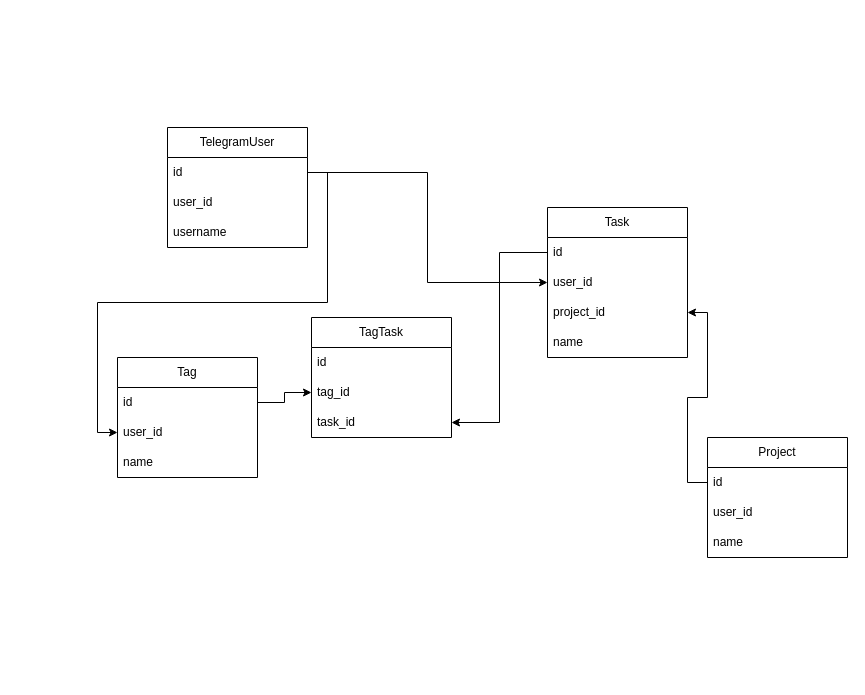
Ada-lave/test-aiogram keeps this draw.io diagram as Схема базы.drawio. Above is the earlier version. Source tidied: cells renumbered, new cells numbered last; positions are measured from the earlier drawing's top-left corner, leaving out a move shared by most shapes. Both pictures are drawn from the tidied source at 100%, with x=0, y=0 at pixel (117, 127).
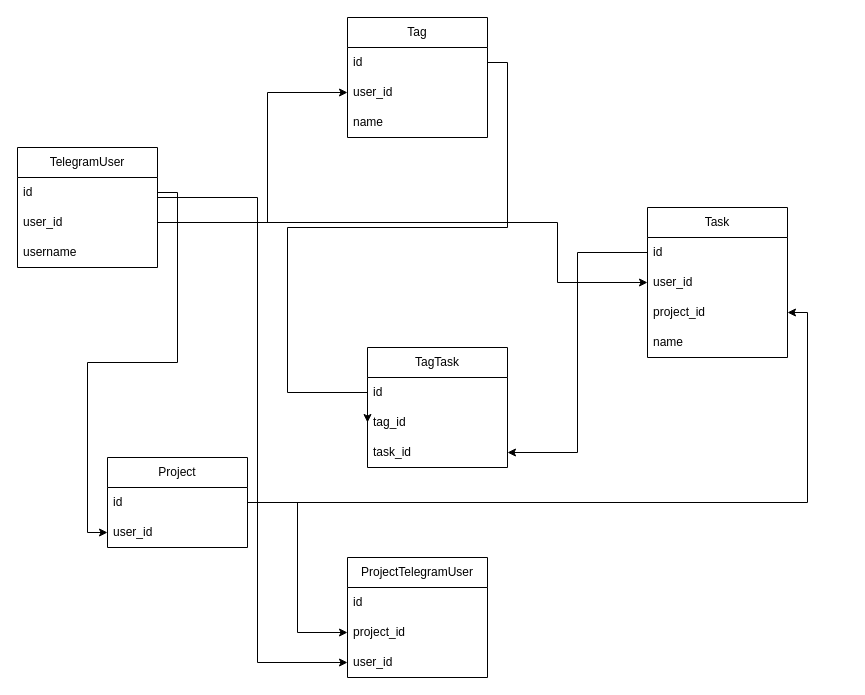
Above is the later version.

Unchanged cells that the change refers to:
```xml
<mxCell id="3" value="id" style="text;strokeColor=none;fillColor=none;align=left;verticalAlign=middle;spacingLeft=4;spacingRight=4;overflow=hidden;points=[[0,0.5],[1,0.5]];portConstraint=eastwest;whiteSpace=wrap;html=1;" parent="2" vertex="1">
  <mxGeometry y="30" width="140" height="30" as="geometry" />
</mxCell>
<mxCell id="8" value="user_id" style="text;strokeColor=none;fillColor=none;align=left;verticalAlign=middle;spacingLeft=4;spacingRight=4;overflow=hidden;points=[[0,0.5],[1,0.5]];portConstraint=eastwest;whiteSpace=wrap;html=1;" parent="6" vertex="1">
  <mxGeometry y="60" width="140" height="30" as="geometry" />
</mxCell>
<mxCell id="9" value="project_id" style="text;strokeColor=none;fillColor=none;align=left;verticalAlign=middle;spacingLeft=4;spacingRight=4;overflow=hidden;points=[[0,0.5],[1,0.5]];portConstraint=eastwest;whiteSpace=wrap;html=1;" parent="6" vertex="1">
  <mxGeometry y="90" width="140" height="30" as="geometry" />
</mxCell>
<mxCell id="12" value="id" style="text;strokeColor=none;fillColor=none;align=left;verticalAlign=middle;spacingLeft=4;spacingRight=4;overflow=hidden;points=[[0,0.5],[1,0.5]];portConstraint=eastwest;whiteSpace=wrap;html=1;" parent="11" vertex="1">
  <mxGeometry y="30" width="140" height="30" as="geometry" />
</mxCell>
<mxCell id="13" value="user_id" style="text;strokeColor=none;fillColor=none;align=left;verticalAlign=middle;spacingLeft=4;spacingRight=4;overflow=hidden;points=[[0,0.5],[1,0.5]];portConstraint=eastwest;whiteSpace=wrap;html=1;" parent="11" vertex="1">
  <mxGeometry y="60" width="140" height="30" as="geometry" />
</mxCell>
<mxCell id="21" value="tag_id" style="text;strokeColor=none;fillColor=none;align=left;verticalAlign=middle;spacingLeft=4;spacingRight=4;overflow=hidden;points=[[0,0.5],[1,0.5]];portConstraint=eastwest;whiteSpace=wrap;html=1;" parent="19" vertex="1">
  <mxGeometry y="60" width="140" height="30" as="geometry" />
</mxCell>
```

Diff of the diagram source:
```diff
@@
     <mxCell id="2" value="TelegramUser" style="swimlane;fontStyle=0;horizontal=1;startSize=30;whiteSpace=wrap;html=1;" parent="1" vertex="1">
-      <mxGeometry x="50" width="140" height="120" as="geometry" />
+      <mxGeometry x="-100" y="20" width="140" height="120" as="geometry" />
     </mxCell>
@@
     <mxCell id="6" value="Task" style="swimlane;fontStyle=0;horizontal=1;startSize=30;whiteSpace=wrap;html=1;" parent="1" vertex="1">
-      <mxGeometry x="430" y="80" width="140" height="150" as="geometry" />
+      <mxGeometry x="530" y="80" width="140" height="150" as="geometry" />
     </mxCell>
@@
     <mxCell id="11" value="Tag" style="swimlane;fontStyle=0;horizontal=1;startSize=30;whiteSpace=wrap;html=1;" parent="1" vertex="1">
-      <mxGeometry y="230" width="140" height="120" as="geometry" />
+      <mxGeometry x="230" y="-110" width="140" height="120" as="geometry" />
     </mxCell>
@@
-    <mxCell id="15" value="Project" style="swimlane;fontStyle=0;horizontal=1;startSize=30;whiteSpace=wrap;html=1;" parent="1" vertex="1">
-      <mxGeometry x="590" y="310" width="140" height="120" as="geometry" />
-    </mxCell>
-    <mxCell id="16" value="id" style="text;strokeColor=none;fillColor=none;align=left;verticalAlign=middle;spacingLeft=4;spacingRight=4;overflow=hidden;points=[[0,0.5],[1,0.5]];portConstraint=eastwest;whiteSpace=wrap;html=1;" parent="15" vertex="1">
-      <mxGeometry y="30" width="140" height="30" as="geometry" />
-    </mxCell>
-    <mxCell id="17" value="user_id" style="text;strokeColor=none;fillColor=none;align=left;verticalAlign=middle;spacingLeft=4;spacingRight=4;overflow=hidden;points=[[0,0.5],[1,0.5]];portConstraint=eastwest;whiteSpace=wrap;html=1;" parent="15" vertex="1">
-      <mxGeometry y="60" width="140" height="30" as="geometry" />
-    </mxCell>
-    <mxCell id="18" value="name" style="text;strokeColor=none;fillColor=none;align=left;verticalAlign=middle;spacingLeft=4;spacingRight=4;overflow=hidden;whiteSpace=wrap;html=1;" parent="15" vertex="1">
-      <mxGeometry y="90" width="140" height="30" as="geometry" />
-    </mxCell>
     <mxCell id="19" value="TagTask" style="swimlane;fontStyle=0;horizontal=1;startSize=30;whiteSpace=wrap;html=1;" parent="1" vertex="1">
-      <mxGeometry x="194" y="190" width="140" height="120" as="geometry" />
+      <mxGeometry x="250" y="220" width="140" height="120" as="geometry" />
     </mxCell>
@@
     <mxCell id="24" style="edgeStyle=orthogonalEdgeStyle;rounded=0;jettySize=auto;html=1;exitX=1;exitY=0.5;exitDx=0;exitDy=0;entryX=0;entryY=0.5;entryDx=0;entryDy=0;" parent="1" edge="1" source="12" target="21">
-      <mxGeometry relative="1" as="geometry" />
+      <mxGeometry relative="1" as="geometry">
+        <Array as="points">
+          <mxPoint x="390" y="-65" />
+          <mxPoint x="390" y="100" />
+          <mxPoint x="170" y="100" />
+          <mxPoint x="170" y="265" />
+        </Array>
+      </mxGeometry>
     </mxCell>
-    <mxCell id="25" style="edgeStyle=orthogonalEdgeStyle;rounded=0;jettySize=auto;html=1;exitX=0;exitY=0.5;exitDx=0;exitDy=0;entryX=1;entryY=0.5;entryDx=0;entryDy=0;" parent="1" edge="1" source="16" target="9">
-      <mxGeometry relative="1" as="geometry" />
-    </mxCell>
     <mxCell id="26" style="edgeStyle=orthogonalEdgeStyle;rounded=0;jettySize=auto;html=1;exitX=1;exitY=0.5;exitDx=0;exitDy=0;entryX=0;entryY=0.5;entryDx=0;entryDy=0;" parent="1" edge="1" source="3" target="13">
-      <mxGeometry relative="1" as="geometry" />
+      <mxGeometry relative="1" as="geometry">
+        <Array as="points">
+          <mxPoint x="150" y="95" />
+          <mxPoint x="150" y="-35" />
+        </Array>
+      </mxGeometry>
     </mxCell>
     <mxCell id="27" style="edgeStyle=orthogonalEdgeStyle;rounded=0;jettySize=auto;html=1;exitX=1;exitY=0.5;exitDx=0;exitDy=0;entryX=0;entryY=0.5;entryDx=0;entryDy=0;" parent="1" edge="1" source="3" target="8">
-      <mxGeometry relative="1" as="geometry" />
+      <mxGeometry relative="1" as="geometry">
+        <Array as="points">
+          <mxPoint x="440" y="95" />
+          <mxPoint x="440" y="155" />
+        </Array>
+      </mxGeometry>
     </mxCell>
+    <mxCell id="15" value="Project" style="swimlane;fontStyle=0;horizontal=1;startSize=30;whiteSpace=wrap;html=1;" parent="1" vertex="1">
+      <mxGeometry x="-10" y="330" width="140" height="90" as="geometry" />
+    </mxCell>
+    <mxCell id="28" value="id" style="text;strokeColor=none;fillColor=none;align=left;verticalAlign=middle;spacingLeft=4;spacingRight=4;overflow=hidden;points=[[0,0.5],[1,0.5]];portConstraint=eastwest;whiteSpace=wrap;html=1;" parent="15" vertex="1">
+      <mxGeometry y="30" width="140" height="30" as="geometry" />
+    </mxCell>
+    <mxCell id="17" value="user_id" style="text;strokeColor=none;fillColor=none;align=left;verticalAlign=middle;spacingLeft=4;spacingRight=4;overflow=hidden;points=[[0,0.5],[1,0.5]];portConstraint=eastwest;whiteSpace=wrap;html=1;" parent="15" vertex="1">
+      <mxGeometry y="60" width="140" height="30" as="geometry" />
+    </mxCell>
+    <mxCell id="29" value="ProjectTelegramUser" style="swimlane;fontStyle=0;horizontal=1;startSize=30;whiteSpace=wrap;html=1;" parent="1" vertex="1">
+      <mxGeometry x="230" y="430" width="140" height="120" as="geometry" />
+    </mxCell>
+    <mxCell id="30" value="id" style="text;strokeColor=none;fillColor=none;align=left;verticalAlign=middle;spacingLeft=4;spacingRight=4;overflow=hidden;whiteSpace=wrap;html=1;" parent="29" vertex="1">
+      <mxGeometry y="30" width="140" height="30" as="geometry" />
+    </mxCell>
+    <mxCell id="31" value="project_id" style="text;strokeColor=none;fillColor=none;align=left;verticalAlign=middle;spacingLeft=4;spacingRight=4;overflow=hidden;points=[[0,0.5],[1,0.5]];portConstraint=eastwest;whiteSpace=wrap;html=1;" parent="29" vertex="1">
+      <mxGeometry y="60" width="140" height="30" as="geometry" />
+    </mxCell>
+    <mxCell id="32" value="user_id" style="text;strokeColor=none;fillColor=none;align=left;verticalAlign=middle;spacingLeft=4;spacingRight=4;overflow=hidden;points=[[0,0.5],[1,0.5]];portConstraint=eastwest;whiteSpace=wrap;html=1;" parent="29" vertex="1">
+      <mxGeometry y="90" width="140" height="30" as="geometry" />
+    </mxCell>
+    <mxCell id="33" style="edgeStyle=orthogonalEdgeStyle;rounded=0;jettySize=auto;html=1;exitX=1;exitY=0.5;exitDx=0;exitDy=0;entryX=0;entryY=0.5;entryDx=0;entryDy=0;" parent="1" edge="1" source="3" target="17">
+      <mxGeometry relative="1" as="geometry" />
+    </mxCell>
+    <mxCell id="34" style="edgeStyle=orthogonalEdgeStyle;rounded=0;jettySize=auto;html=1;exitX=1;exitY=0.5;exitDx=0;exitDy=0;entryX=0;entryY=0.5;entryDx=0;entryDy=0;" parent="1" edge="1" source="28" target="31">
+      <mxGeometry relative="1" as="geometry" />
+    </mxCell>
+    <mxCell id="35" style="edgeStyle=orthogonalEdgeStyle;rounded=0;jettySize=auto;html=1;exitX=1;exitY=0.5;exitDx=0;exitDy=0;entryX=1;entryY=0.5;entryDx=0;entryDy=0;" parent="1" edge="1" source="28" target="9">
+      <mxGeometry relative="1" as="geometry" />
+    </mxCell>
+    <mxCell id="36" style="edgeStyle=orthogonalEdgeStyle;rounded=0;jettySize=auto;html=1;exitX=1;exitY=0.5;exitDx=0;exitDy=0;entryX=0;entryY=0.5;entryDx=0;entryDy=0;" parent="1" edge="1" source="3" target="32">
+      <mxGeometry relative="1" as="geometry">
+        <Array as="points">
+          <mxPoint x="40" y="70" />
+          <mxPoint x="140" y="70" />
+          <mxPoint x="140" y="535" />
+        </Array>
+      </mxGeometry>
+    </mxCell>
```
